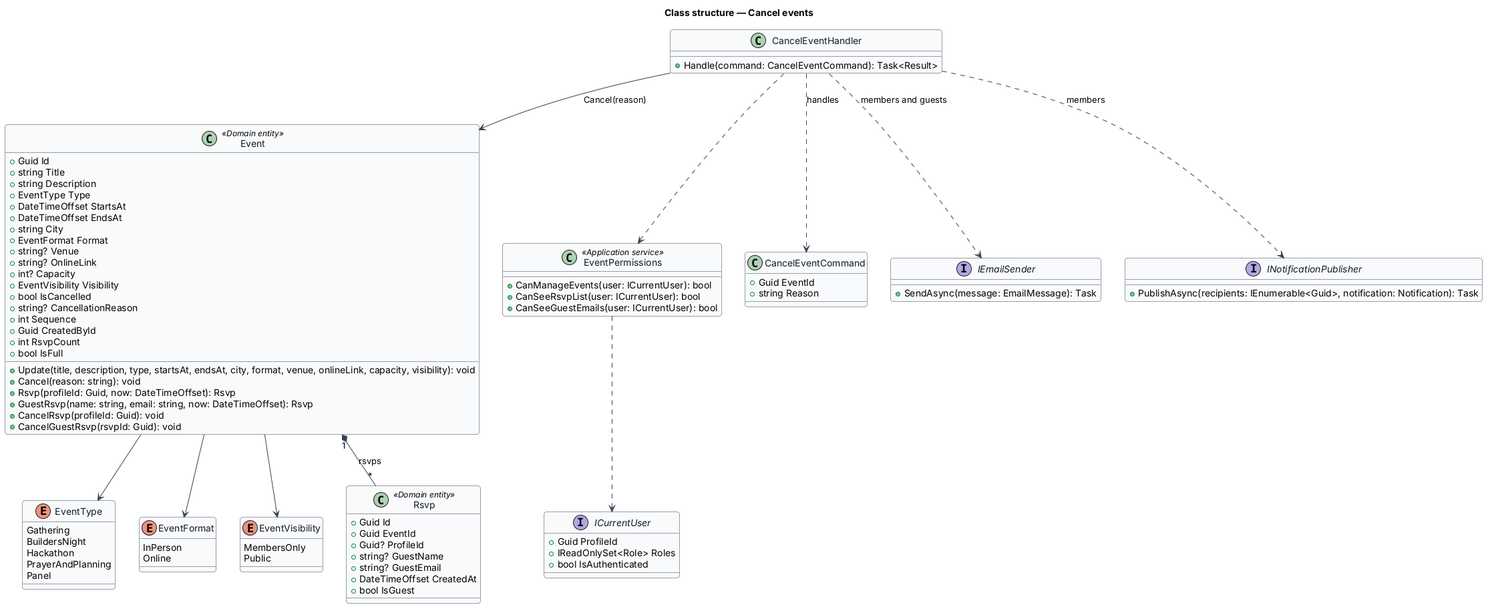
Earlier version of the PlantUML export docs/detailed-designs/events/cancel-events/diagrams/class-structure.png (QuinntyneBrown/faithtech-community).
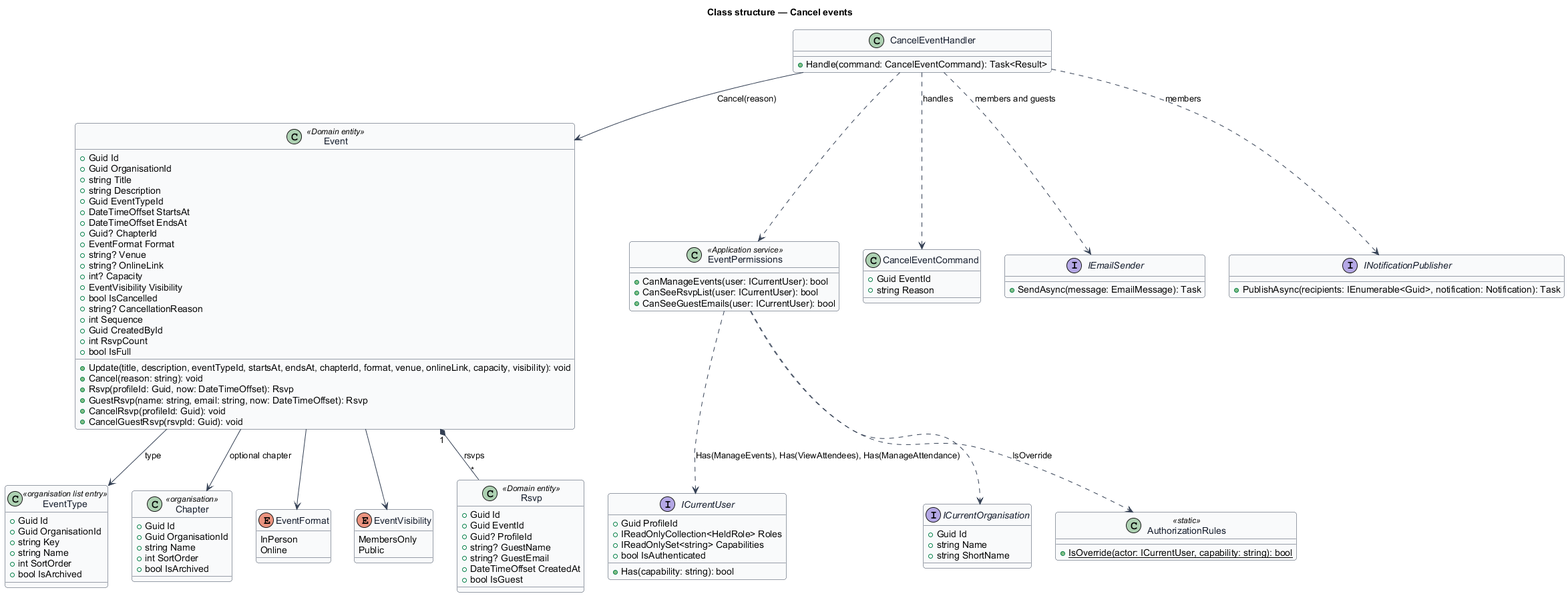
The same diagram one commit later.

Change to the diagram source:
```diff
@@ -11,12 +11,21 @@
 }
 title Class structure — Cancel events
 
-enum EventType {
-  Gathering
-  BuildersNight
-  Hackathon
-  PrayerAndPlanning
-  Panel
+class EventType <<organisation list entry>> {
+  +Guid Id
+  +Guid OrganisationId
+  +string Key
+  +string Name
+  +int SortOrder
+  +bool IsArchived
+}
+
+class Chapter <<organisation>> {
+  +Guid Id
+  +Guid OrganisationId
+  +string Name
+  +int SortOrder
+  +bool IsArchived
 }
 
 enum EventFormat {
@@ -31,12 +40,13 @@
 
 class Event <<Domain entity>> {
   +Guid Id
+  +Guid OrganisationId
   +string Title
   +string Description
-  +EventType Type
+  +Guid EventTypeId
   +DateTimeOffset StartsAt
   +DateTimeOffset EndsAt
-  +string City
+  +Guid? ChapterId
   +EventFormat Format
   +string? Venue
   +string? OnlineLink
@@ -48,14 +58,15 @@
   +Guid CreatedById
   +int RsvpCount
   +bool IsFull
-  +Update(title, description, type, startsAt, endsAt, city, format, venue, onlineLink, capacity, visibility): void
+  +Update(title, description, eventTypeId, startsAt, endsAt, chapterId, format, venue, onlineLink, capacity, visibility): void
   +Cancel(reason: string): void
   +Rsvp(profileId: Guid, now: DateTimeOffset): Rsvp
   +GuestRsvp(name: string, email: string, now: DateTimeOffset): Rsvp
   +CancelRsvp(profileId: Guid): void
   +CancelGuestRsvp(rsvpId: Guid): void
 }
-Event --> EventType
+Event --> EventType : type
+Event --> Chapter : optional chapter
 Event --> EventFormat
 Event --> EventVisibility
 
@@ -77,10 +88,22 @@
 }
 interface ICurrentUser {
   +Guid ProfileId
-  +IReadOnlySet<Role> Roles
+  +IReadOnlyCollection<HeldRole> Roles
+  +IReadOnlySet<string> Capabilities
   +bool IsAuthenticated
+  +Has(capability: string): bool
 }
-EventPermissions ..> ICurrentUser
+interface ICurrentOrganisation {
+  +Guid Id
+  +string Name
+  +string ShortName
+}
+class AuthorizationRules <<static>> {
+  +{static} IsOverride(actor: ICurrentUser, capability: string): bool
+}
+EventPermissions ..> ICurrentUser : Has(ManageEvents), Has(ViewAttendees), Has(ManageAttendance)
+EventPermissions ..> AuthorizationRules : IsOverride
+EventPermissions ..> ICurrentOrganisation
 
 class CancelEventCommand {
   +Guid EventId
```
